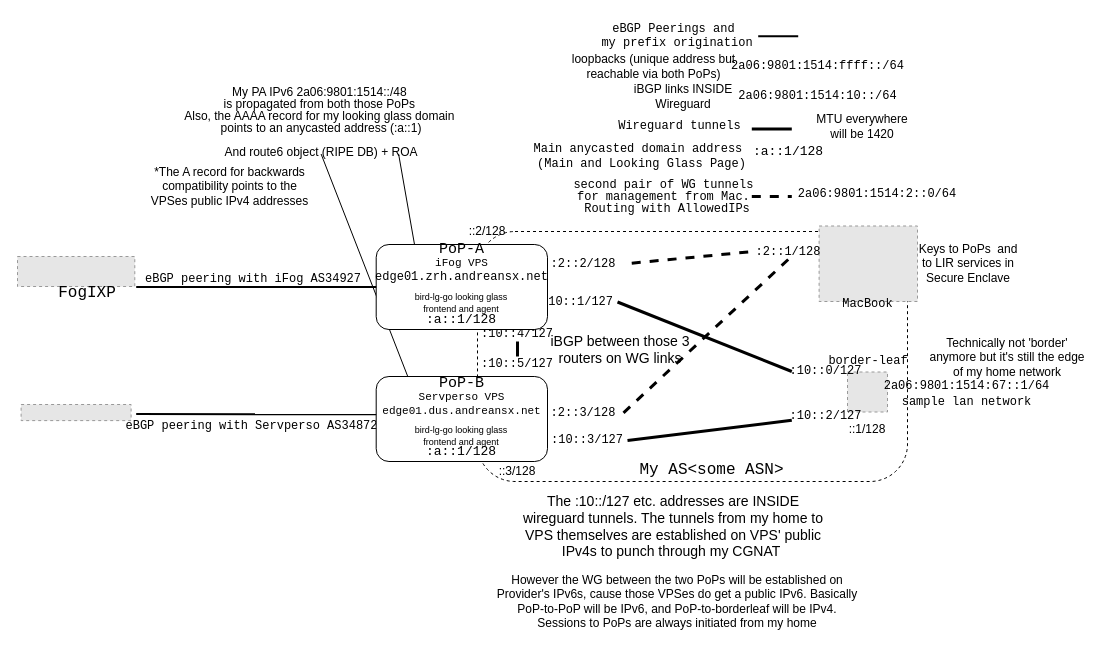
The draw.io diagram media/ownassimplified.drawio in Andreansx/Networking-lab, before the edit. Source tidied: cells renumbered, new cells numbered last; positions are measured from the earlier drawing's top-left corner, leaving out a move shared by most shapes. Both pictures are drawn from the tidied source at 100%, with x=0, y=0 at pixel (17, 21). Pictures stored in the file or linked from it are replaced by grey dashed boxes.
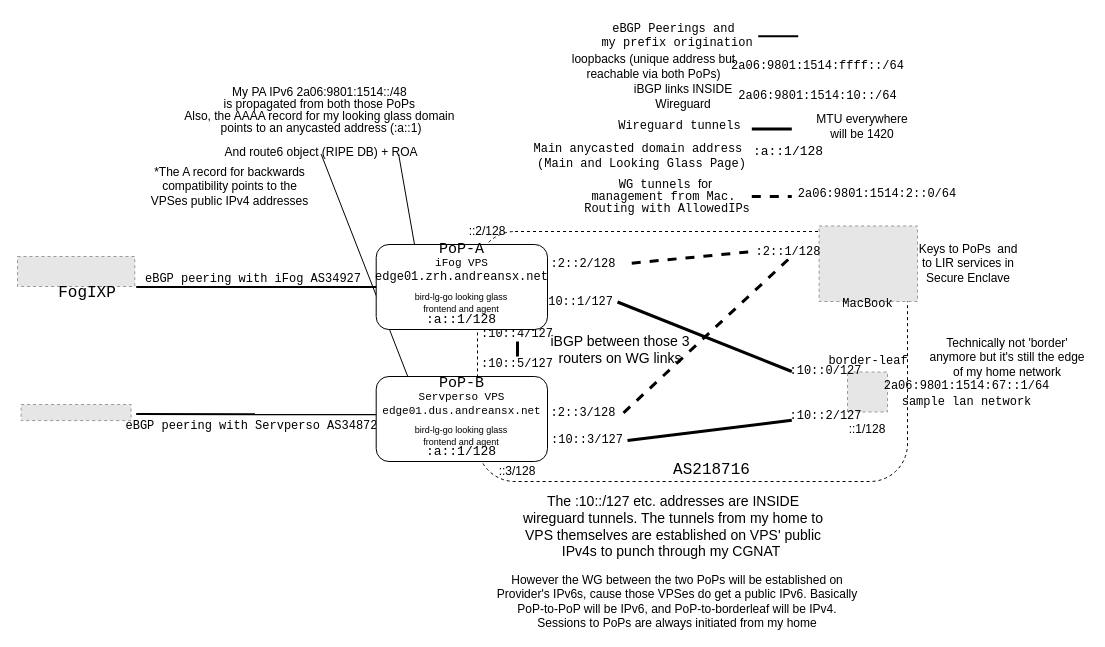
The same page after the edit.

The edit, as a diff of the source:
```diff
@@
-    <mxCell id="31" value="&lt;div style=&quot;line-height: 10%;&quot;&gt;&lt;pre&gt;&lt;font size=&quot;4&quot;&gt;My AS&amp;lt;some ASN&amp;gt;&lt;/font&gt;&lt;/pre&gt;&lt;/div&gt;" style="text;html=1;whiteSpace=wrap;strokeColor=none;fillColor=none;align=center;verticalAlign=middle;rounded=0;" parent="1" vertex="1">
+    <mxCell id="31" value="&lt;div style=&quot;line-height: 10%;&quot;&gt;&lt;pre&gt;&lt;font size=&quot;4&quot;&gt;AS218716&lt;/font&gt;&lt;/pre&gt;&lt;/div&gt;" style="text;html=1;whiteSpace=wrap;strokeColor=none;fillColor=none;align=center;verticalAlign=middle;rounded=0;" parent="1" vertex="1">
       <mxGeometry x="615" y="440" width="159.3" height="20" as="geometry" />
     </mxCell>
@@
-    <mxCell id="55" value="&lt;div style=&quot;line-height: 0%;&quot;&gt;&lt;pre&gt;second pair of WG tunnels&amp;nbsp;&lt;/pre&gt;&lt;pre&gt;for management from Mac.&amp;nbsp;&lt;/pre&gt;&lt;pre&gt;Routing with AllowedIPs&lt;/pre&gt;&lt;/div&gt;" style="text;html=1;whiteSpace=wrap;strokeColor=none;fillColor=none;align=center;verticalAlign=middle;rounded=0;" parent="1" vertex="1">
+    <mxCell id="55" value="&lt;div style=&quot;line-height: 0%;&quot;&gt;&lt;pre&gt;WG tunnels&amp;nbsp;&lt;span style=&quot;font-family: Helvetica; white-space: normal;&quot;&gt;for&amp;nbsp;&lt;/span&gt;&lt;/pre&gt;&lt;pre&gt;management from Mac.&amp;nbsp;&lt;/pre&gt;&lt;pre&gt;Routing with AllowedIPs&lt;/pre&gt;&lt;/div&gt;" style="text;html=1;whiteSpace=wrap;strokeColor=none;fillColor=none;align=center;verticalAlign=middle;rounded=0;" parent="1" vertex="1">
       <mxGeometry x="590" y="160" width="120" height="30" as="geometry" />
     </mxCell>
```
